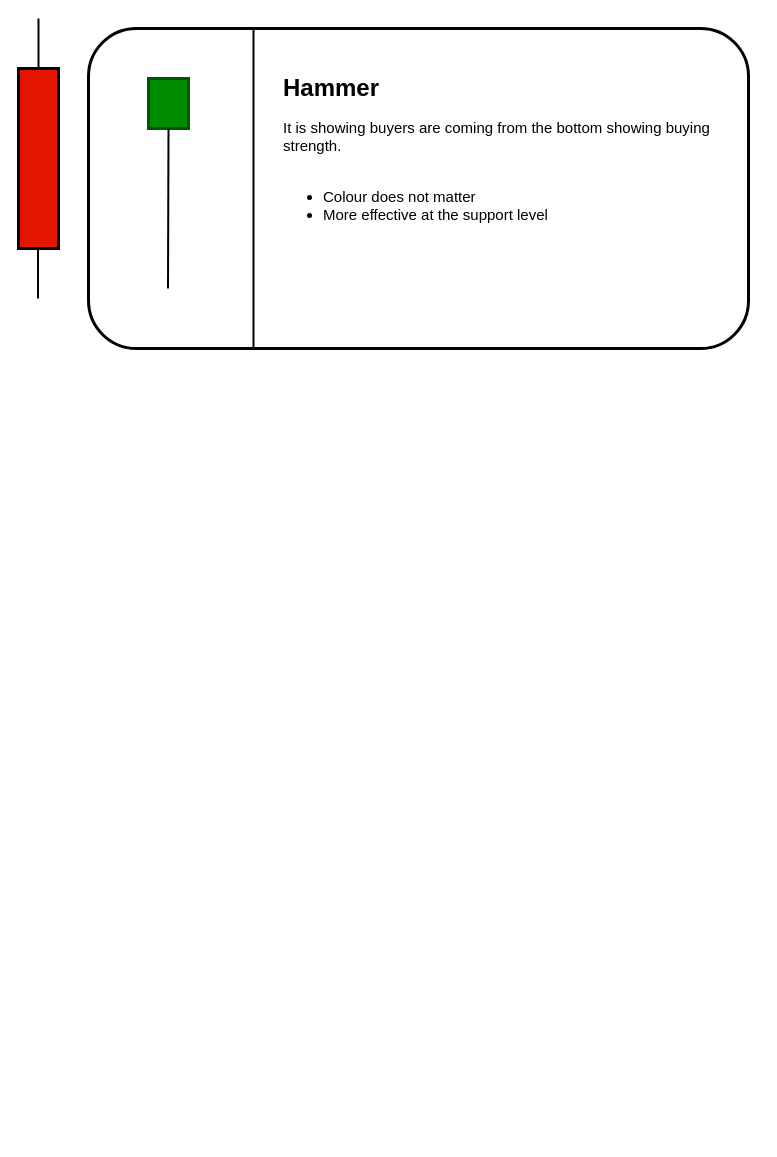
Before: candle.drawio in Dhruv9066/Assignment, a draw.io diagram. Source tidied: cells renumbered, new cells numbered last; positions are measured from the earlier drawing's top-left corner, leaving out a move shared by most shapes. Both pictures are drawn from the tidied source at 100%, with x=0, y=0 at pixel (18, 18).
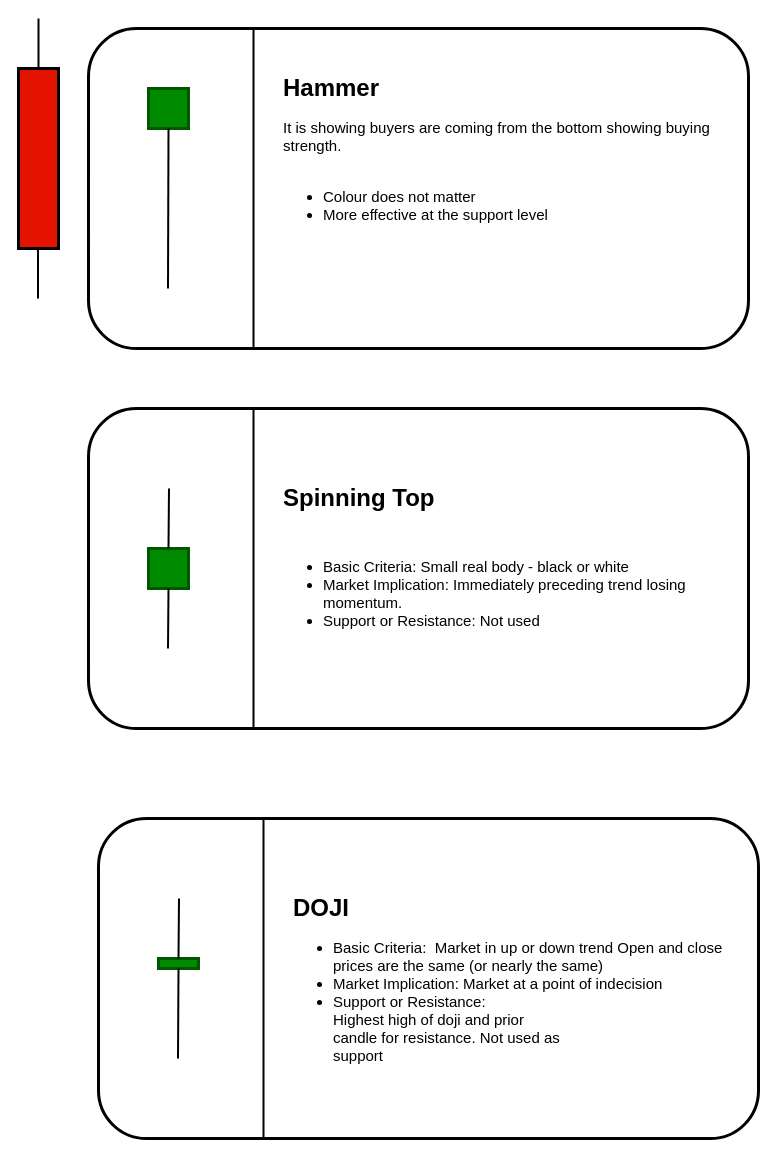
The same diagram, later.

The edit, as a diff of the source:
```diff
@@
     <mxCell id="6" style="rounded=0;whiteSpace=wrap;html=1;fillColor=#008a00;fontColor=#ffffff;strokeColor=#005700;strokeWidth=3;" parent="1" vertex="1">
-      <mxGeometry x="130" y="60" width="40" height="50" as="geometry" />
+      <mxGeometry x="130" y="70" width="40" height="40" as="geometry" />
     </mxCell>
@@
+    <mxCell id="11" style="rounded=1;whiteSpace=wrap;html=1;strokeWidth=3;" parent="1" vertex="1">
+      <mxGeometry x="70" y="390" width="660" height="320" as="geometry" />
+    </mxCell>
+    <mxCell id="12" style="rounded=0;whiteSpace=wrap;html=1;fillColor=#008a00;fontColor=#ffffff;strokeColor=#005700;strokeWidth=3;" parent="1" vertex="1">
+      <mxGeometry x="130" y="530" width="40" height="40" as="geometry" />
+    </mxCell>
+    <mxCell id="13" style="endArrow=none;html=1;rounded=0;strokeWidth=2;entryX=0.5;entryY=1;entryDx=0;entryDy=0;" parent="1" edge="1" target="12">
+      <mxGeometry relative="1" as="geometry">
+        <mxPoint x="149.5" y="630" as="sourcePoint" />
+      </mxGeometry>
+    </mxCell>
+    <mxCell id="14" value="&lt;h1&gt;Spinning Top&lt;/h1&gt;&lt;div&gt;&lt;br&gt;&lt;/div&gt;&lt;div style=&quot;font-size: 15px;&quot;&gt;&lt;ul style=&quot;&quot;&gt;&lt;li style=&quot;&quot;&gt;Basic Criteria: Small real body - black or white&lt;/li&gt;&lt;li style=&quot;&quot;&gt;Market Implication: Immediately preceding trend losing momentum.&lt;/li&gt;&lt;li style=&quot;&quot;&gt;Support or Resistance: Not used&lt;br&gt;&lt;/li&gt;&lt;/ul&gt;&lt;/div&gt;" style="text;html=1;strokeColor=none;fillColor=none;spacing=5;spacingTop=-20;whiteSpace=wrap;overflow=hidden;rounded=0;strokeWidth=3;" parent="1" vertex="1">
+      <mxGeometry x="260" y="460" width="460" height="210" as="geometry" />
+    </mxCell>
+    <mxCell id="15" style="endArrow=none;html=1;rounded=0;strokeWidth=2;fontSize=15;entryX=0.25;entryY=0;entryDx=0;entryDy=0;exitX=0.25;exitY=1;exitDx=0;exitDy=0;" parent="1" edge="1" source="11" target="11">
+      <mxGeometry relative="1" as="geometry" />
+    </mxCell>
+    <mxCell id="16" style="endArrow=none;html=1;rounded=0;strokeWidth=2;entryX=0.5;entryY=1;entryDx=0;entryDy=0;" parent="1" edge="1">
+      <mxGeometry relative="1" as="geometry">
+        <mxPoint x="150" y="530" as="sourcePoint" />
+        <mxPoint x="150.5" y="470" as="targetPoint" />
+      </mxGeometry>
+    </mxCell>
+    <mxCell id="17" style="rounded=1;whiteSpace=wrap;html=1;strokeWidth=3;" parent="1" vertex="1">
+      <mxGeometry x="80" y="800" width="660" height="320" as="geometry" />
+    </mxCell>
+    <mxCell id="18" style="rounded=0;whiteSpace=wrap;html=1;fillColor=#008a00;fontColor=#ffffff;strokeColor=#005700;strokeWidth=3;" parent="1" vertex="1">
+      <mxGeometry x="140" y="940" width="40" height="10" as="geometry" />
+    </mxCell>
+    <mxCell id="19" style="endArrow=none;html=1;rounded=0;strokeWidth=2;entryX=0.5;entryY=1;entryDx=0;entryDy=0;" parent="1" edge="1" target="18">
+      <mxGeometry relative="1" as="geometry">
+        <mxPoint x="159.5" y="1040" as="sourcePoint" />
+      </mxGeometry>
+    </mxCell>
+    <mxCell id="20" value="&lt;h1&gt;DOJI&lt;/h1&gt;&lt;div style=&quot;font-size: 15px;&quot;&gt;&lt;ul style=&quot;&quot;&gt;&lt;li style=&quot;&quot;&gt;Basic Criteria:&amp;nbsp;&amp;nbsp;Market in up or down trend Open and close prices are the same (or nearly the same)&lt;/li&gt;&lt;li style=&quot;&quot;&gt;Market Implication: Market at a point of indecision&lt;/li&gt;&lt;li style=&quot;&quot;&gt;Support or Resistance:&lt;br&gt;Highest high of doji and prior&lt;br&gt;candle for resistance. Not used as&lt;br&gt;support&lt;br&gt;&lt;/li&gt;&lt;/ul&gt;&lt;/div&gt;" style="text;html=1;strokeColor=none;fillColor=none;spacing=5;spacingTop=-20;whiteSpace=wrap;overflow=hidden;rounded=0;strokeWidth=3;" parent="1" vertex="1">
+      <mxGeometry x="270" y="870" width="460" height="210" as="geometry" />
+    </mxCell>
+    <mxCell id="21" style="endArrow=none;html=1;rounded=0;strokeWidth=2;fontSize=15;entryX=0.25;entryY=0;entryDx=0;entryDy=0;exitX=0.25;exitY=1;exitDx=0;exitDy=0;" parent="1" edge="1" source="17" target="17">
+      <mxGeometry relative="1" as="geometry" />
+    </mxCell>
+    <mxCell id="22" style="endArrow=none;html=1;rounded=0;strokeWidth=2;entryX=0.5;entryY=1;entryDx=0;entryDy=0;" parent="1" edge="1">
+      <mxGeometry relative="1" as="geometry">
+        <mxPoint x="160" y="940" as="sourcePoint" />
+        <mxPoint x="160.5" y="880" as="targetPoint" />
+      </mxGeometry>
+    </mxCell>
```
